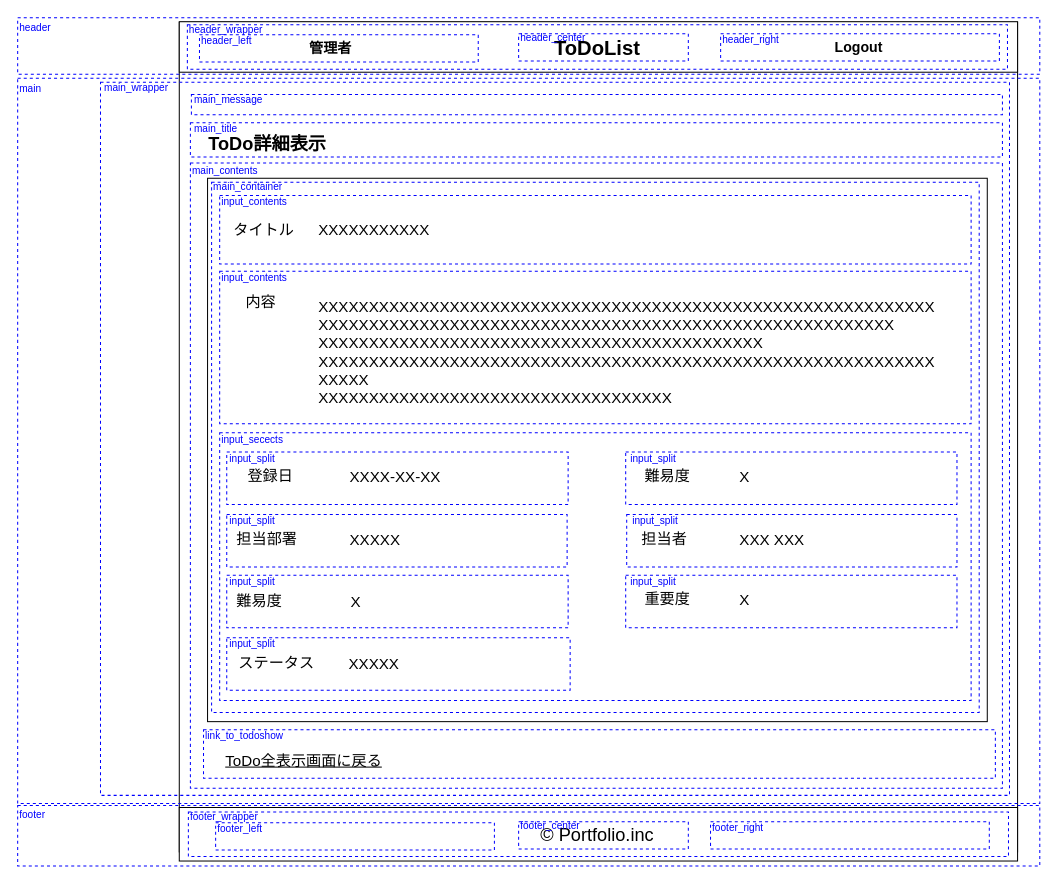
RRRYOOO/portfolio keeps this draw.io diagram as portfolio03/01/layout/todo_detail_show/portfolio03_01_todo_detail_show_detail.drawio. Above is the earlier version. Source tidied: cells renumbered, new cells numbered last; positions are measured from the earlier drawing's top-left corner, leaving out a move shared by most shapes. Both pictures are drawn from the tidied source at 101%, with x=0, y=0 at pixel (17, 17).
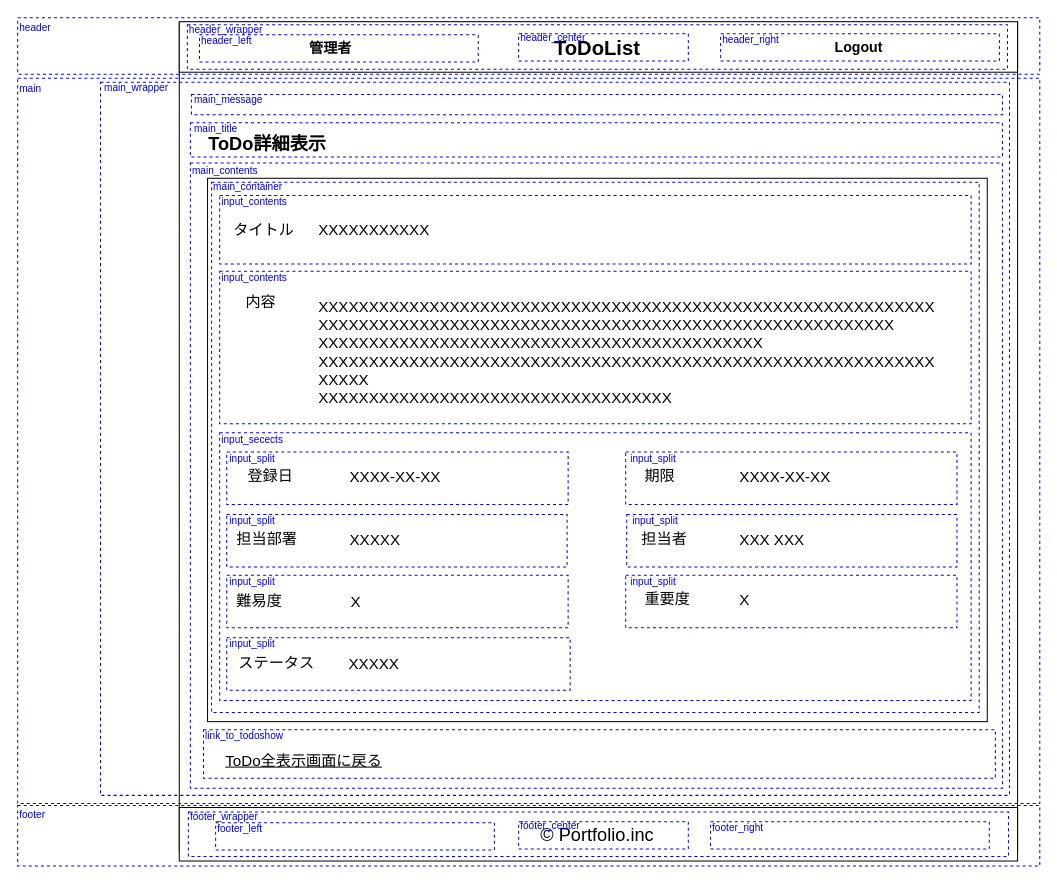
The same diagram, later.

Diff of the diagram source:
```diff
@@
-    <mxCell id="70" value="難易度" style="text;html=1;strokeColor=none;fillColor=none;align=left;verticalAlign=middle;whiteSpace=wrap;rounded=0;fontSize=15;fontStyle=0;" parent="1" vertex="1">
+    <mxCell id="70" value="期限" style="text;html=1;strokeColor=none;fillColor=none;align=left;verticalAlign=middle;whiteSpace=wrap;rounded=0;fontSize=15;fontStyle=0;" parent="1" vertex="1">
       <mxGeometry x="619" y="443" width="48" height="20" as="geometry" />
     </mxCell>
-    <mxCell id="71" value="X" style="rounded=0;whiteSpace=wrap;html=1;fontSize=15;align=left;strokeColor=none;fontStyle=0;" parent="1" vertex="1">
+    <mxCell id="71" value="XXXX-XX-XX" style="rounded=0;whiteSpace=wrap;html=1;fontSize=15;align=left;strokeColor=none;fontStyle=0;" parent="1" vertex="1">
       <mxGeometry x="713" y="440" width="148" height="28" as="geometry" />
     </mxCell>
```
